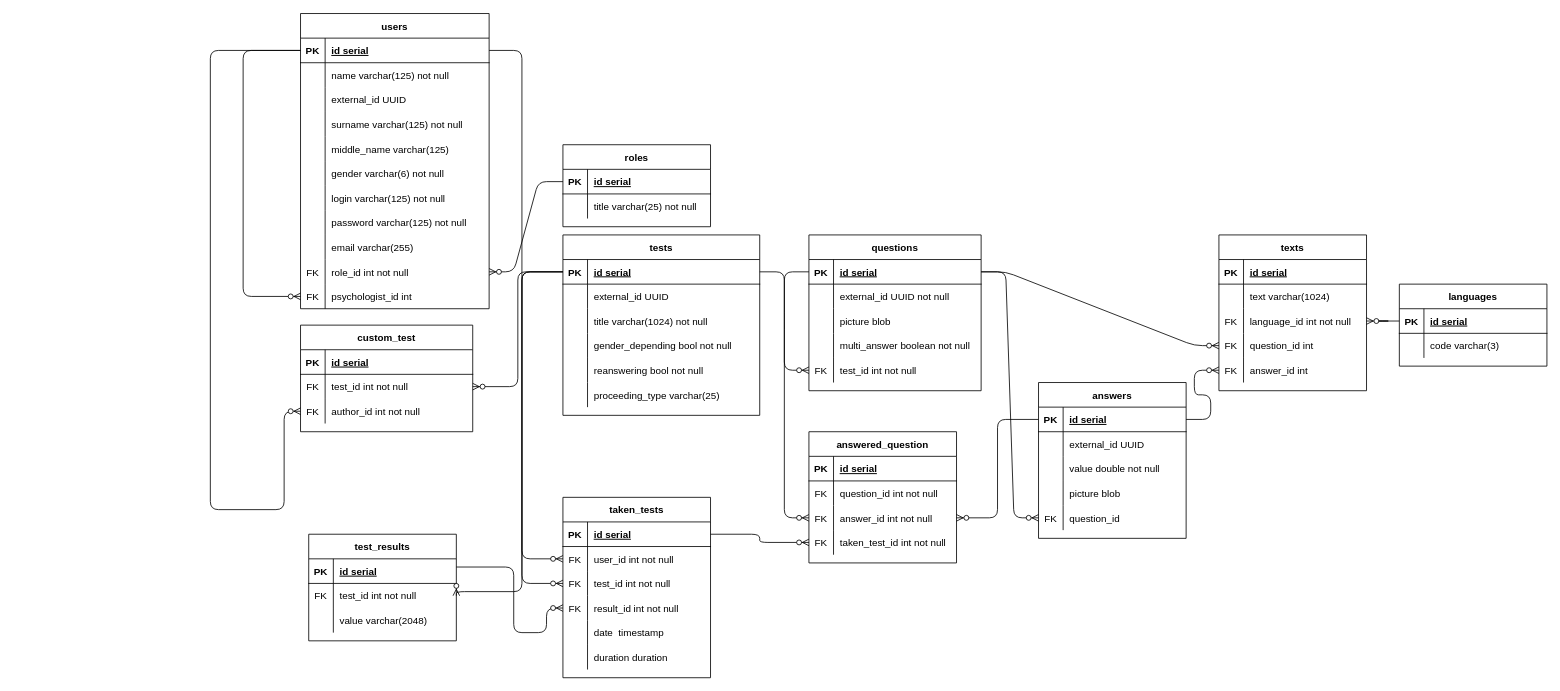
carakazov/mobile-psycho-multy-test-app keeps this draw.io diagram as diagrams/db-structure.drawio. Above is the earlier version. Source tidied: cells renumbered, new cells numbered last; positions are measured from the earlier drawing's top-left corner, leaving out a move shared by most shapes. Both pictures are drawn from the tidied source at 82%, with x=0, y=0 at pixel (210, 13).
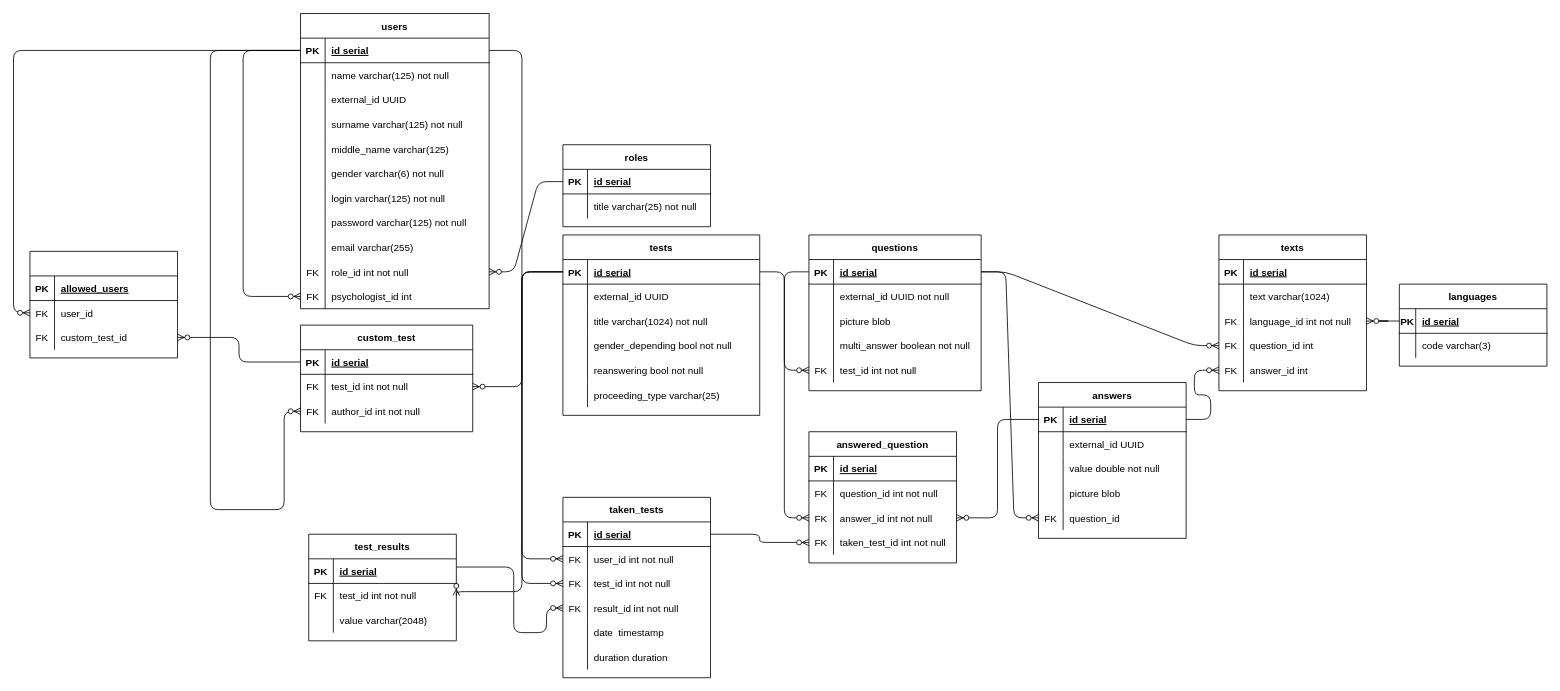
Above is the later version.

Commit message:
add allowed_users table;

Unchanged cells that the change refers to:
```xml
<mxCell id="11" style="shape=partialRectangle;fillColor=none;top=0;left=0;bottom=1;right=0;points=[[0,0.5],[1,0.5]];portConstraint=eastwest;" parent="9" vertex="1">
  <mxGeometry y="30" width="230" height="30" as="geometry" />
</mxCell>
<mxCell id="46" style="shape=partialRectangle;fillColor=none;top=0;left=0;bottom=1;right=0;points=[[0,0.5],[1,0.5]];portConstraint=eastwest;" parent="45" vertex="1">
  <mxGeometry y="30" width="240" height="30" as="geometry" />
</mxCell>
<mxCell id="65" style="shape=partialRectangle;fillColor=none;top=0;left=0;bottom=1;right=0;points=[[0,0.5],[1,0.5]];portConstraint=eastwest;" parent="64" vertex="1">
  <mxGeometry y="30" width="210" height="30" as="geometry" />
</mxCell>
<mxCell id="68" style="shape=partialRectangle;fillColor=none;top=0;left=0;bottom=0;right=0;points=[[0,0.5],[1,0.5]];portConstraint=eastwest;" parent="64" vertex="1">
  <mxGeometry y="60" width="210" height="30" as="geometry" />
</mxCell>
<mxCell id="127" style="shape=partialRectangle;fillColor=none;top=0;left=0;bottom=1;right=0;points=[[0,0.5],[1,0.5]];portConstraint=eastwest;" parent="126" vertex="1">
  <mxGeometry y="30" width="180" height="30" as="geometry" />
</mxCell>
<mxCell id="130" style="shape=partialRectangle;fillColor=none;top=0;left=0;bottom=0;right=0;" parent="126" vertex="1">
  <mxGeometry y="60" width="180" height="30" as="geometry" />
</mxCell>
```

What changed in the source:
```diff
@@
     <mxCell id="75" style="edgeStyle=orthogonalEdgeStyle;rounded=1;jettySize=auto;html=1;entryX=1;entryY=0.5;entryDx=0;entryDy=0;endArrow=ERzeroToMany;endFill=1;" parent="1" edge="1" source="46" target="68">
-      <mxGeometry relative="1" as="geometry" />
+      <mxGeometry relative="1" as="geometry">
+        <Array as="points">
+          <mxPoint x="380" y="315" />
+          <mxPoint x="380" y="455" />
+        </Array>
+      </mxGeometry>
     </mxCell>
@@
     <mxCell id="128" value="PK" style="shape=partialRectangle;fillColor=none;top=0;left=0;bottom=0;right=0;fontStyle=1;overflow=hidden;" parent="127" vertex="1">
-      <mxGeometry width="30" height="30" as="geometry" />
+      <mxGeometry width="20" height="30" as="geometry" />
     </mxCell>
     <mxCell id="129" value="id serial" style="shape=partialRectangle;fillColor=none;top=0;left=0;bottom=0;right=0;align=left;spacingLeft=6;fontStyle=5;overflow=hidden;" parent="127" vertex="1">
-      <mxGeometry x="30" width="150" height="30" as="geometry" />
+      <mxGeometry x="20" width="160" height="30" as="geometry" />
     </mxCell>
@@
     <mxCell id="131" style="shape=partialRectangle;fillColor=none;top=0;left=0;bottom=0;right=0;overflow=hidden;" parent="130" vertex="1">
-      <mxGeometry width="30" height="30" as="geometry" />
+      <mxGeometry width="20" height="30" as="geometry" />
     </mxCell>
     <mxCell id="132" value="code varchar(3)" style="shape=partialRectangle;fillColor=none;top=0;left=0;bottom=0;right=0;align=left;spacingLeft=6;overflow=hidden;" parent="130" vertex="1">
-      <mxGeometry x="30" width="150" height="30" as="geometry" />
+      <mxGeometry x="20" width="160" height="30" as="geometry" />
     </mxCell>
@@
+    <mxCell id="185" style="shape=table;startSize=30;childLayout=tableLayout;rowLines=0;fontStyle=1;align=center;" parent="1" vertex="1">
+      <mxGeometry x="-220" y="290" width="180" height="130" as="geometry" />
+    </mxCell>
+    <mxCell id="186" style="shape=partialRectangle;fillColor=none;top=0;left=0;bottom=1;right=0;" parent="185" vertex="1">
+      <mxGeometry y="30" width="180" height="30" as="geometry" />
+    </mxCell>
+    <mxCell id="187" value="PK" style="shape=partialRectangle;fillColor=none;top=0;left=0;bottom=0;right=0;fontStyle=1;overflow=hidden;" parent="186" vertex="1">
+      <mxGeometry width="30" height="30" as="geometry" />
+    </mxCell>
+    <mxCell id="188" value="allowed_users" style="shape=partialRectangle;fillColor=none;top=0;left=0;bottom=0;right=0;align=left;spacingLeft=6;fontStyle=5;overflow=hidden;" parent="186" vertex="1">
+      <mxGeometry x="30" width="150" height="30" as="geometry" />
+    </mxCell>
+    <mxCell id="189" style="shape=partialRectangle;fillColor=none;top=0;left=0;bottom=0;right=0;points=[[0,0.5],[1,0.5]];portConstraint=eastwest;" parent="185" vertex="1">
+      <mxGeometry y="60" width="180" height="30" as="geometry" />
+    </mxCell>
+    <mxCell id="190" value="FK" style="shape=partialRectangle;fillColor=none;top=0;left=0;bottom=0;right=0;overflow=hidden;" parent="189" vertex="1">
+      <mxGeometry width="30" height="30" as="geometry" />
+    </mxCell>
+    <mxCell id="191" value="user_id" style="shape=partialRectangle;fillColor=none;top=0;left=0;bottom=0;right=0;align=left;spacingLeft=6;overflow=hidden;" parent="189" vertex="1">
+      <mxGeometry x="30" width="150" height="30" as="geometry" />
+    </mxCell>
+    <mxCell id="192" style="shape=partialRectangle;fillColor=none;top=0;left=0;bottom=0;right=0;points=[[0,0.5],[1,0.5]];portConstraint=eastwest;" parent="185" vertex="1">
+      <mxGeometry y="90" width="180" height="30" as="geometry" />
+    </mxCell>
+    <mxCell id="193" value="FK" style="shape=partialRectangle;fillColor=none;top=0;left=0;bottom=0;right=0;overflow=hidden;" parent="192" vertex="1">
+      <mxGeometry width="30" height="30" as="geometry" />
+    </mxCell>
+    <mxCell id="194" value="custom_test_id" style="shape=partialRectangle;fillColor=none;top=0;left=0;bottom=0;right=0;align=left;spacingLeft=6;overflow=hidden;" parent="192" vertex="1">
+      <mxGeometry x="30" width="150" height="30" as="geometry" />
+    </mxCell>
+    <mxCell id="195" style="edgeStyle=orthogonalEdgeStyle;rounded=1;jettySize=auto;html=1;entryX=0;entryY=0.5;entryDx=0;entryDy=0;endArrow=ERzeroToMany;endFill=1;" parent="1" edge="1" source="11" target="189">
+      <mxGeometry relative="1" as="geometry" />
+    </mxCell>
+    <mxCell id="196" style="edgeStyle=orthogonalEdgeStyle;rounded=1;jettySize=auto;html=1;entryX=1;entryY=0.5;entryDx=0;entryDy=0;endArrow=ERzeroToMany;endFill=1;" parent="1" edge="1" source="65" target="192">
+      <mxGeometry relative="1" as="geometry" />
+    </mxCell>
```
